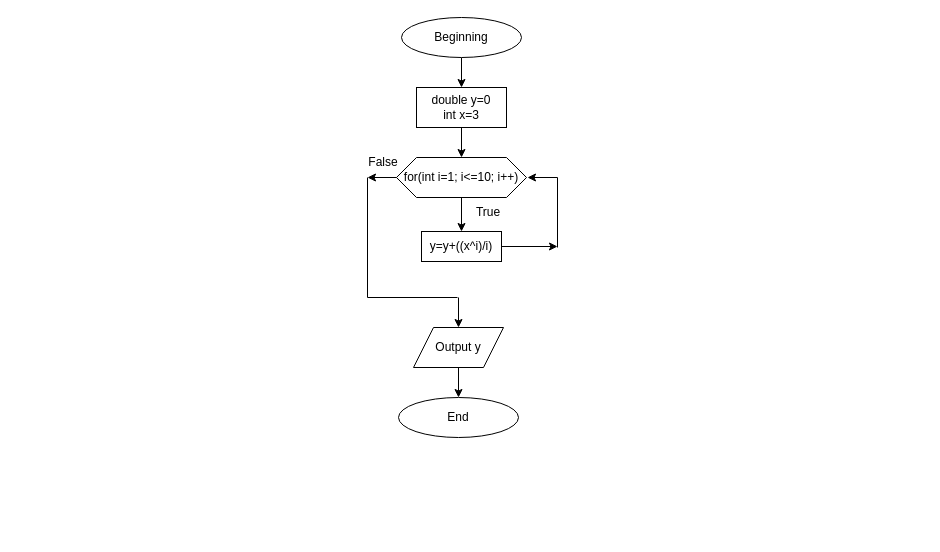
Zimnov1/Repo keeps this draw.io diagram as diagrams/Epic_7/vns_practice_work_task_2_zimnov_oleksandr_diagram.drawio. Above is the earlier version. Source tidied: cells renumbered, new cells numbered last; positions are measured from the earlier drawing's top-left corner, leaving out a move shared by most shapes. Both pictures are drawn from the tidied source at 100%, with x=0, y=0 at pixel (353, 17).
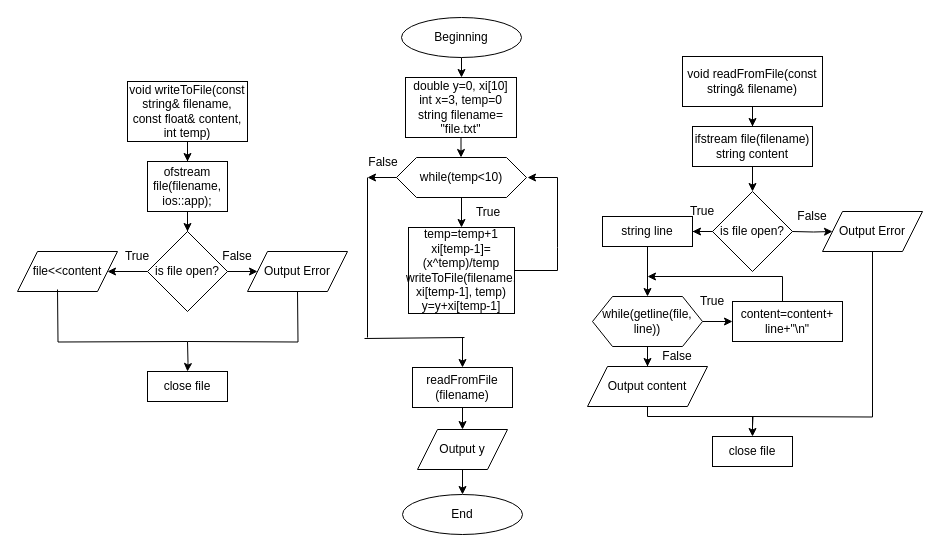
Above is the later version.

Diff of the diagram source:
```diff
@@
-    <mxCell id="5" value="double y=0&lt;br&gt;int x=3" style="rounded=0;whiteSpace=wrap;html=1;" parent="1" vertex="1">
-      <mxGeometry x="63" y="70" width="90" height="40" as="geometry" />
+    <mxCell id="5" value="double y=0, xi[10]&lt;br&gt;int x=3, temp=0&lt;br&gt;string filename=&lt;br&gt;&quot;file.txt&quot;" style="rounded=0;whiteSpace=wrap;html=1;" parent="1" vertex="1">
+      <mxGeometry x="52" y="60" width="111" height="60" as="geometry" />
     </mxCell>
@@
-    <mxCell id="7" value="for(int i=1; i&amp;lt;=10; i++)" style="shape=hexagon;perimeter=hexagonPerimeter2;whiteSpace=wrap;html=1;fixedSize=1;" parent="1" vertex="1">
+    <mxCell id="7" value="while(temp&amp;lt;10)" style="shape=hexagon;perimeter=hexagonPerimeter2;whiteSpace=wrap;html=1;fixedSize=1;" parent="1" vertex="1">
       <mxGeometry x="43" y="140" width="130" height="40" as="geometry" />
     </mxCell>
-    <mxCell id="8" value="y=y+((x^i)/i)" style="rounded=0;whiteSpace=wrap;html=1;" parent="1" vertex="1">
-      <mxGeometry x="68" y="214" width="80" height="30" as="geometry" />
+    <mxCell id="8" value="temp=temp+1&lt;br&gt;xi[temp-1]=(x^temp)/temp&lt;br&gt;writeToFile(filename, xi[temp-1], temp)&lt;br&gt;y=y+xi[temp-1]" style="rounded=0;whiteSpace=wrap;html=1;" parent="1" vertex="1">
+      <mxGeometry x="55" y="210" width="106" height="86" as="geometry" />
     </mxCell>
@@
-    <mxCell id="10" style="endArrow=classic;html=1;rounded=0;exitX=1;exitY=0.5;exitDx=0;exitDy=0;" parent="1" edge="1" source="8">
-      <mxGeometry relative="1" as="geometry">
-        <mxPoint x="204" y="229" as="targetPoint" />
-      </mxGeometry>
-    </mxCell>
@@
     <mxCell id="12" style="endArrow=none;html=1;rounded=0;" parent="1" edge="1">
       <mxGeometry relative="1" as="geometry">
-        <mxPoint x="14" y="280" as="sourcePoint" />
+        <mxPoint x="14" y="320" as="sourcePoint" />
         <mxPoint x="14" y="160" as="targetPoint" />
       </mxGeometry>
     </mxCell>
@@
     <mxCell id="14" style="endArrow=none;html=1;rounded=0;" parent="1" edge="1">
       <mxGeometry relative="1" as="geometry">
-        <mxPoint x="14" y="280" as="sourcePoint" />
-        <mxPoint x="104" y="280" as="targetPoint" />
+        <mxPoint x="11" y="321" as="sourcePoint" />
+        <mxPoint x="111" y="320" as="targetPoint" />
       </mxGeometry>
     </mxCell>
@@
     <mxCell id="16" value="Output y" style="shape=parallelogram;perimeter=parallelogramPerimeter;whiteSpace=wrap;html=1;fixedSize=1;" parent="1" vertex="1">
-      <mxGeometry x="60" y="310" width="90" height="40" as="geometry" />
+      <mxGeometry x="64" y="412" width="90" height="40" as="geometry" />
     </mxCell>
-    <mxCell id="17" style="endArrow=classic;html=1;rounded=0;entryX=0.5;entryY=0;entryDx=0;entryDy=0;" parent="1" edge="1" target="16">
+    <mxCell id="17" style="endArrow=classic;html=1;rounded=0;" parent="1" edge="1">
       <mxGeometry relative="1" as="geometry">
-        <mxPoint x="105" y="280" as="sourcePoint" />
+        <mxPoint x="109" y="320" as="sourcePoint" />
+        <mxPoint x="109" y="350" as="targetPoint" />
       </mxGeometry>
     </mxCell>
     <mxCell id="18" value="End" style="ellipse;whiteSpace=wrap;html=1;" parent="1" vertex="1">
-      <mxGeometry x="45" y="380" width="120" height="40" as="geometry" />
+      <mxGeometry x="49" y="477" width="120" height="40" as="geometry" />
     </mxCell>
@@
+    <mxCell id="21" style="edgeStyle=orthogonalEdgeStyle;rounded=0;jettySize=auto;html=1;" parent="1" edge="1" source="22" target="24">
+      <mxGeometry relative="1" as="geometry" />
+    </mxCell>
+    <mxCell id="22" value="void writeToFile(const string&amp;amp; filename, const float&amp;amp; content, int temp)" style="rounded=0;whiteSpace=wrap;html=1;" parent="1" vertex="1">
+      <mxGeometry x="-226" y="64" width="120" height="60" as="geometry" />
+    </mxCell>
+    <mxCell id="23" style="edgeStyle=orthogonalEdgeStyle;rounded=0;jettySize=auto;html=1;" parent="1" edge="1" source="24" target="28">
+      <mxGeometry relative="1" as="geometry" />
+    </mxCell>
+    <mxCell id="24" value="ofstream file(filename, ios::app);" style="rounded=0;whiteSpace=wrap;html=1;" parent="1" vertex="1">
+      <mxGeometry x="-206" y="144" width="80" height="50" as="geometry" />
+    </mxCell>
+    <mxCell id="25" style="edgeStyle=orthogonalEdgeStyle;rounded=0;jettySize=auto;html=1;" parent="1" edge="1" source="28" target="30">
+      <mxGeometry relative="1" as="geometry" />
+    </mxCell>
+    <mxCell id="26" style="edgeStyle=orthogonalEdgeStyle;rounded=0;jettySize=auto;html=1;" parent="1" edge="1" source="28" target="29">
+      <mxGeometry relative="1" as="geometry" />
+    </mxCell>
+    <mxCell id="27" style="edgeStyle=orthogonalEdgeStyle;rounded=0;jettySize=auto;html=1;" parent="1" edge="1" target="31">
+      <mxGeometry relative="1" as="geometry">
+        <mxPoint x="-166" y="324" as="sourcePoint" />
+      </mxGeometry>
+    </mxCell>
+    <mxCell id="28" value="is file open?" style="rhombus;whiteSpace=wrap;html=1;" parent="1" vertex="1">
+      <mxGeometry x="-206" y="214" width="80" height="80" as="geometry" />
+    </mxCell>
+    <mxCell id="29" value="file&amp;lt;&amp;lt;content" style="shape=parallelogram;perimeter=parallelogramPerimeter;whiteSpace=wrap;html=1;fixedSize=1;" parent="1" vertex="1">
+      <mxGeometry x="-336" y="234" width="100" height="40" as="geometry" />
+    </mxCell>
+    <mxCell id="30" value="Output Error" style="shape=parallelogram;perimeter=parallelogramPerimeter;whiteSpace=wrap;html=1;fixedSize=1;" parent="1" vertex="1">
+      <mxGeometry x="-106" y="234" width="100" height="40" as="geometry" />
+    </mxCell>
+    <mxCell id="31" value="close file" style="rounded=0;whiteSpace=wrap;html=1;" parent="1" vertex="1">
+      <mxGeometry x="-206" y="354" width="80" height="30" as="geometry" />
+    </mxCell>
+    <mxCell id="32" style="endArrow=none;html=1;rounded=0;edgeStyle=orthogonalEdgeStyle;" parent="1" edge="1">
+      <mxGeometry relative="1" as="geometry">
+        <mxPoint x="-166" y="324" as="sourcePoint" />
+        <mxPoint x="-56" y="274" as="targetPoint" />
+      </mxGeometry>
+    </mxCell>
+    <mxCell id="33" style="endArrow=none;html=1;rounded=0;edgeStyle=orthogonalEdgeStyle;" parent="1" edge="1">
+      <mxGeometry relative="1" as="geometry">
+        <mxPoint x="-166" y="324" as="sourcePoint" />
+        <mxPoint x="-296" y="272" as="targetPoint" />
+      </mxGeometry>
+    </mxCell>
+    <mxCell id="34" style="edgeStyle=orthogonalEdgeStyle;rounded=0;jettySize=auto;html=1;" parent="1" edge="1" source="35" target="37">
+      <mxGeometry relative="1" as="geometry" />
+    </mxCell>
+    <mxCell id="35" value="void readFromFile(const string&amp; filename)" style="rounded=0;whiteSpace=wrap;html=1;" parent="1" vertex="1">
+      <mxGeometry x="329" y="39" width="140" height="50" as="geometry" />
+    </mxCell>
+    <mxCell id="36" style="edgeStyle=orthogonalEdgeStyle;rounded=0;jettySize=auto;html=1;" parent="1" edge="1" source="37" target="41">
+      <mxGeometry relative="1" as="geometry" />
+    </mxCell>
+    <mxCell id="37" value="ifstream file(filename) string content" style="rounded=0;whiteSpace=wrap;html=1;" parent="1" vertex="1">
+      <mxGeometry x="339" y="109" width="120" height="40" as="geometry" />
+    </mxCell>
+    <mxCell id="38" value="True" style="text;html=1;strokeColor=none;fillColor=none;align=center;verticalAlign=middle;whiteSpace=wrap;rounded=0;" parent="1" vertex="1">
+      <mxGeometry x="-246" y="224" width="60" height="30" as="geometry" />
+    </mxCell>
+    <mxCell id="39" value="False" style="text;html=1;strokeColor=none;fillColor=none;align=center;verticalAlign=middle;whiteSpace=wrap;rounded=0;" parent="1" vertex="1">
+      <mxGeometry x="-146" y="224" width="60" height="30" as="geometry" />
+    </mxCell>
+    <mxCell id="40" style="edgeStyle=orthogonalEdgeStyle;rounded=0;jettySize=auto;html=1;" parent="1" edge="1" source="41" target="46">
+      <mxGeometry relative="1" as="geometry" />
+    </mxCell>
+    <mxCell id="41" value="is file open?" style="rhombus;whiteSpace=wrap;html=1;" parent="1" vertex="1">
+      <mxGeometry x="359" y="174" width="80" height="80" as="geometry" />
+    </mxCell>
+    <mxCell id="42" style="edgeStyle=orthogonalEdgeStyle;rounded=0;jettySize=auto;html=1;" parent="1" edge="1" target="43">
+      <mxGeometry relative="1" as="geometry">
+        <mxPoint x="439" y="214" as="sourcePoint" />
+      </mxGeometry>
+    </mxCell>
+    <mxCell id="43" value="Output Error" style="shape=parallelogram;perimeter=parallelogramPerimeter;whiteSpace=wrap;html=1;fixedSize=1;" parent="1" vertex="1">
+      <mxGeometry x="469" y="194" width="100" height="40" as="geometry" />
+    </mxCell>
+    <mxCell id="44" value="False" style="text;html=1;strokeColor=none;fillColor=none;align=center;verticalAlign=middle;whiteSpace=wrap;rounded=0;" parent="1" vertex="1">
+      <mxGeometry x="429" y="184" width="60" height="30" as="geometry" />
+    </mxCell>
+    <mxCell id="45" style="edgeStyle=orthogonalEdgeStyle;rounded=0;jettySize=auto;html=1;" parent="1" edge="1" source="46" target="49">
+      <mxGeometry relative="1" as="geometry" />
+    </mxCell>
+    <mxCell id="46" value="string line" style="rounded=0;whiteSpace=wrap;html=1;" parent="1" vertex="1">
+      <mxGeometry x="249" y="199" width="90" height="30" as="geometry" />
+    </mxCell>
+    <mxCell id="47" style="edgeStyle=orthogonalEdgeStyle;rounded=0;jettySize=auto;html=1;" parent="1" edge="1" source="49" target="50">
+      <mxGeometry relative="1" as="geometry" />
+    </mxCell>
+    <mxCell id="48" style="edgeStyle=orthogonalEdgeStyle;rounded=0;jettySize=auto;html=1;" parent="1" edge="1" source="49" target="52">
+      <mxGeometry relative="1" as="geometry" />
+    </mxCell>
+    <mxCell id="49" value="while(getline(file, line))" style="shape=hexagon;perimeter=hexagonPerimeter2;whiteSpace=wrap;html=1;fixedSize=1;" parent="1" vertex="1">
+      <mxGeometry x="239" y="279" width="110" height="50" as="geometry" />
+    </mxCell>
+    <mxCell id="50" value="content=content+&lt;br&gt;line+&quot;\n&quot;" style="rounded=0;whiteSpace=wrap;html=1;" parent="1" vertex="1">
+      <mxGeometry x="379" y="284" width="110" height="40" as="geometry" />
+    </mxCell>
+    <mxCell id="51" style="endArrow=classic;html=1;rounded=0;edgeStyle=orthogonalEdgeStyle;exitX=0.5;exitY=0;exitDx=0;exitDy=0;" parent="1" edge="1">
+      <mxGeometry relative="1" as="geometry">
+        <mxPoint x="429" y="284" as="sourcePoint" />
+        <mxPoint x="294" y="259" as="targetPoint" />
+        <Array as="points">
+          <mxPoint x="429" y="259" />
+        </Array>
+      </mxGeometry>
+    </mxCell>
+    <mxCell id="52" value="Output content" style="shape=parallelogram;perimeter=parallelogramPerimeter;whiteSpace=wrap;html=1;fixedSize=1;" parent="1" vertex="1">
+      <mxGeometry x="234" y="349" width="120" height="40" as="geometry" />
+    </mxCell>
+    <mxCell id="53" value="close file" style="rounded=0;whiteSpace=wrap;html=1;" parent="1" vertex="1">
+      <mxGeometry x="359" y="419" width="80" height="30" as="geometry" />
+    </mxCell>
+    <mxCell id="54" style="endArrow=none;html=1;rounded=0;edgeStyle=orthogonalEdgeStyle;exitX=0.5;exitY=1;exitDx=0;exitDy=0;" parent="1" edge="1" source="52">
+      <mxGeometry relative="1" as="geometry">
+        <mxPoint x="399" y="409" as="targetPoint" />
+      </mxGeometry>
+    </mxCell>
+    <mxCell id="55" style="endArrow=none;html=1;rounded=0;edgeStyle=orthogonalEdgeStyle;entryX=0.5;entryY=1;entryDx=0;entryDy=0;" parent="1" edge="1" target="43">
+      <mxGeometry relative="1" as="geometry">
+        <mxPoint x="399" y="399" as="sourcePoint" />
+      </mxGeometry>
+    </mxCell>
+    <mxCell id="56" style="edgeStyle=orthogonalEdgeStyle;rounded=0;jettySize=auto;html=1;entryX=0.5;entryY=0;entryDx=0;entryDy=0;" parent="1" edge="1" target="53">
+      <mxGeometry relative="1" as="geometry">
+        <mxPoint x="399" y="399" as="sourcePoint" />
+      </mxGeometry>
+    </mxCell>
+    <mxCell id="57" value="True" style="text;html=1;strokeColor=none;fillColor=none;align=center;verticalAlign=middle;whiteSpace=wrap;rounded=0;" parent="1" vertex="1">
+      <mxGeometry x="319" y="179" width="60" height="30" as="geometry" />
+    </mxCell>
+    <mxCell id="58" value="True" style="text;html=1;strokeColor=none;fillColor=none;align=center;verticalAlign=middle;whiteSpace=wrap;rounded=0;" parent="1" vertex="1">
+      <mxGeometry x="329" y="269" width="60" height="30" as="geometry" />
+    </mxCell>
+    <mxCell id="59" value="False" style="text;html=1;strokeColor=none;fillColor=none;align=center;verticalAlign=middle;whiteSpace=wrap;rounded=0;" parent="1" vertex="1">
+      <mxGeometry x="294" y="324" width="60" height="30" as="geometry" />
+    </mxCell>
+    <mxCell id="60" style="endArrow=none;html=1;rounded=0;edgeStyle=orthogonalEdgeStyle;exitX=1;exitY=0.5;exitDx=0;exitDy=0;" parent="1" edge="1" source="8">
+      <mxGeometry relative="1" as="geometry">
+        <mxPoint x="204" y="230" as="targetPoint" />
+        <Array as="points">
+          <mxPoint x="204" y="253" />
+        </Array>
+      </mxGeometry>
+    </mxCell>
+    <mxCell id="61" style="edgeStyle=orthogonalEdgeStyle;rounded=0;jettySize=auto;html=1;entryX=0.5;entryY=0;entryDx=0;entryDy=0;" parent="1" edge="1" source="62" target="16">
+      <mxGeometry relative="1" as="geometry" />
+    </mxCell>
+    <mxCell id="62" value="readFromFile&lt;br&gt;(filename)" style="rounded=0;whiteSpace=wrap;html=1;" parent="1" vertex="1">
+      <mxGeometry x="59" y="350" width="100" height="40" as="geometry" />
+    </mxCell>
```
